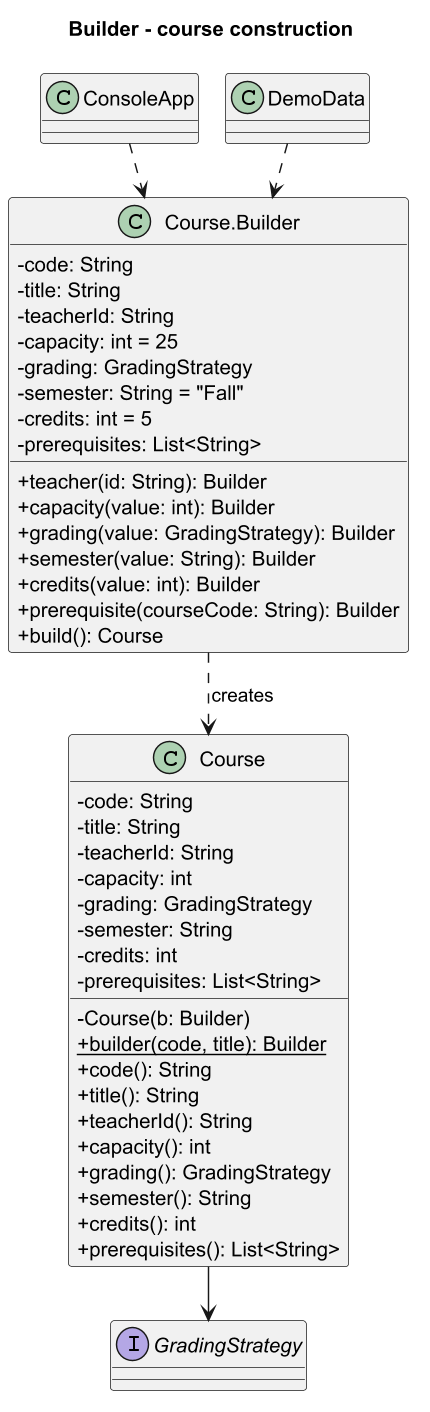
This is docs/images/builder.png from Asylstyle/school-management-system, a PlantUML export, as it was before one commit.
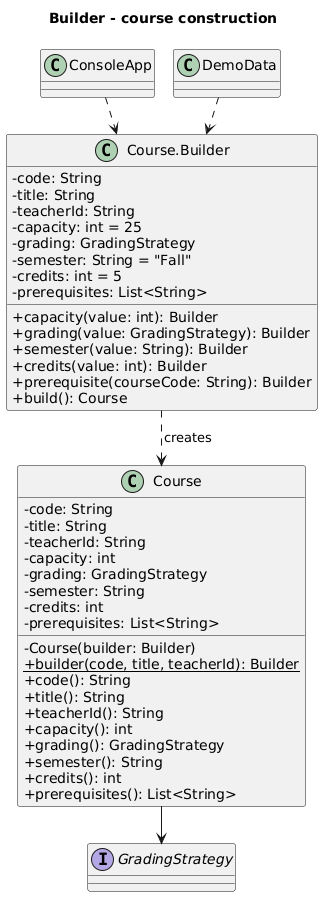
The same diagram one commit later.

Diff of the diagram source:
```diff
@@ -1,5 +1,4 @@
-@startuml builder
-skinparamlocked dpi 140
+@startuml
 !pragma layout smetana
 title Builder - course construction
 skinparam classAttributeIconSize 0
@@ -14,8 +13,8 @@
   -semester: String
   -credits: int
   -prerequisites: List<String>
-  -Course(b: Builder)
-  +{static} builder(code, title): Builder
+  -Course(builder: Builder)
+  +{static} builder(code, title, teacherId): Builder
   +code(): String
   +title(): String
   +teacherId(): String
@@ -34,7 +33,6 @@
   -semester: String = "Fall"
   -credits: int = 5
   -prerequisites: List<String>
-  +teacher(id: String): Builder
   +capacity(value: int): Builder
   +grading(value: GradingStrategy): Builder
   +semester(value: String): Builder
```
